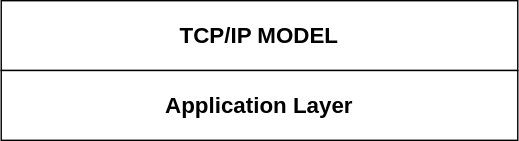
The draw.io diagram TCP/IP Model.drawio.svg in chloe-valentine/network-diagrams, before a commit. Source tidied: cells renumbered, new cells last; positions are measured from the earlier drawing's top-left corner, leaving out a move shared by most shapes.
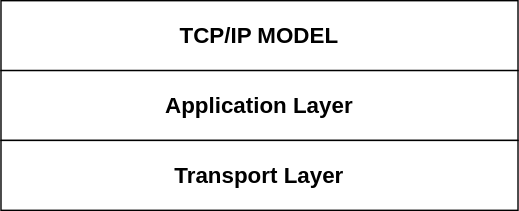
After the change.

The edit, as a diff of the source:
```diff
@@ -8,5 +8,8 @@
     <mxCell id="3" value="&lt;span style=&quot;font-size: 16px;&quot;&gt;&lt;b&gt;Application Layer&lt;/b&gt;&lt;/span&gt;" style="rounded=0;whiteSpace=wrap;html=1;" parent="1" vertex="1">
       <mxGeometry y="50" width="370" height="50" as="geometry" />
     </mxCell>
+    <mxCell id="4" value="&lt;span style=&quot;font-size: 16px;&quot;&gt;&lt;b&gt;Transport Layer&lt;/b&gt;&lt;/span&gt;" style="rounded=0;whiteSpace=wrap;html=1;" parent="1" vertex="1">
+      <mxGeometry y="100" width="370" height="50" as="geometry" />
+    </mxCell>
   </root>
 </mxGraphModel>
```
